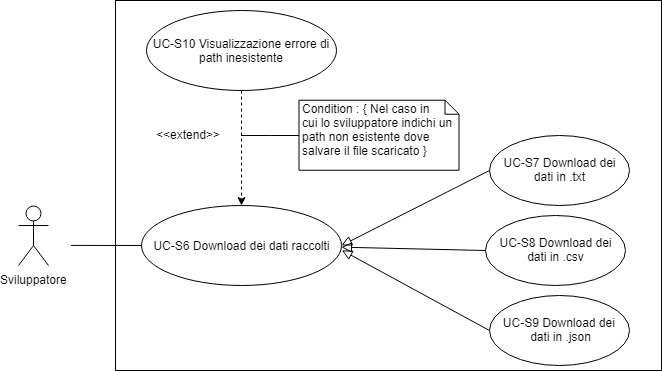
This is docs/Analisi_dei_requisiti/images/UC-S6.png from ottoBitPd/colletta, a draw.io export, as it was before one commit. Source tidied: cells renumbered, new cells last; positions are measured from the earlier drawing's top-left corner, leaving out a move shared by most shapes.
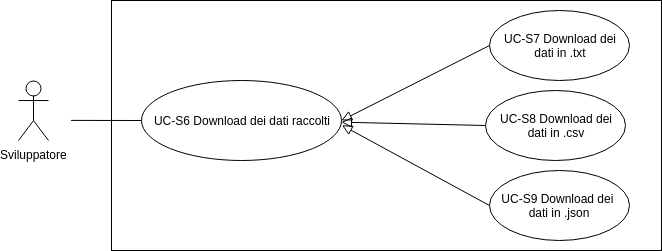
Later version of the same file.

The edit, as a diff of the source:
```diff
@@ -3,7 +3,7 @@
     <mxCell id="0" />
     <mxCell id="1" parent="0" />
     <mxCell id="2" style="rounded=0;whiteSpace=wrap;html=1;" parent="1" vertex="1">
-      <mxGeometry x="97" width="546" height="370" as="geometry" />
+      <mxGeometry x="93" y="125" width="550" height="250" as="geometry" />
     </mxCell>
     <mxCell id="3" value="Sviluppatore&lt;br&gt;" style="shape=umlActor;verticalLabelPosition=bottom;labelBackgroundColor=#ffffff;verticalAlign=top;html=1;" parent="1" vertex="1">
       <mxGeometry y="205" width="30" height="60" as="geometry" />
@@ -36,22 +36,5 @@
     <mxCell id="11" style="endArrow=block;html=1;exitX=0;exitY=0.5;exitDx=0;exitDy=0;entryX=1;entryY=0.5;entryDx=0;entryDy=0;endFill=0;strokeWidth=1;endSize=8;" parent="1" edge="1" source="10" target="4">
       <mxGeometry relative="1" as="geometry" />
     </mxCell>
-    <mxCell id="12" style="edgeStyle=orthogonalEdgeStyle;rounded=0;jettySize=auto;html=1;dashed=1;" parent="1" edge="1" source="13" target="4">
-      <mxGeometry relative="1" as="geometry" />
-    </mxCell>
-    <mxCell id="13" value="UC-S10 Visualizzazione errore di path inesistente" style="ellipse;whiteSpace=wrap;html=1;" parent="1" vertex="1">
-      <mxGeometry x="128" y="10.1" width="190" height="80" as="geometry" />
-    </mxCell>
-    <mxCell id="14" value="&amp;lt;&amp;lt;extend&amp;gt;&amp;gt;&lt;br&gt;" style="text;html=1;align=left;verticalAlign=top;spacingTop=-4;fontColor=none;" parent="1" vertex="1">
-      <mxGeometry x="135.5" y="124.7" width="80" height="20" as="geometry" />
-    </mxCell>
-    <mxCell id="15" style="edgeStyle=orthogonalEdgeStyle;rounded=0;jettySize=auto;html=1;endArrow=none;endFill=0;" parent="1" edge="1" source="16">
-      <mxGeometry relative="1" as="geometry">
-        <mxPoint x="223" y="135" as="targetPoint" />
-      </mxGeometry>
-    </mxCell>
-    <mxCell id="16" value="Condition : { Nel caso in&lt;br&gt;cui lo sviluppatore indichi un path non esistente dove salvare il file scaricato&amp;nbsp;}" style="shape=note;whiteSpace=wrap;html=1;size=14;verticalAlign=top;align=left;spacingTop=-6;" parent="1" vertex="1">
-      <mxGeometry x="280.5" y="99.7" width="160" height="70" as="geometry" />
-    </mxCell>
   </root>
 </mxGraphModel>
```
